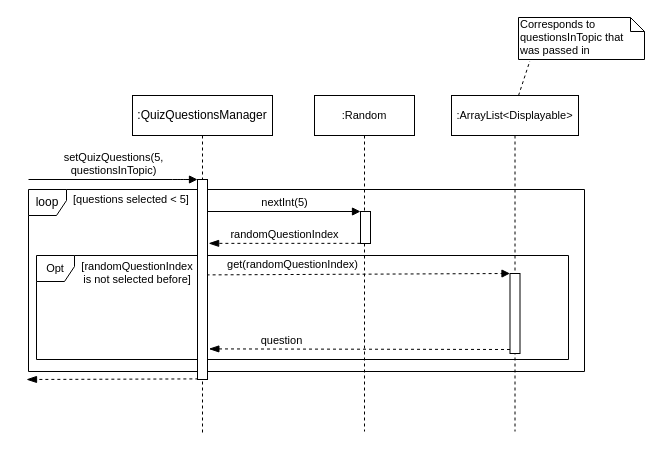
Above: docs/diagrams/QuizQuestionsManager_setQuizQuestions.drawio in nus-cs2113-AY2021S1/tp (draw.io), before the change. Source tidied: cells renumbered, new cells numbered last; positions are measured from the earlier drawing's top-left corner, leaving out a move shared by most shapes. Both pictures are drawn from the tidied source at 100%, with x=0, y=0 at pixel (26, 17).
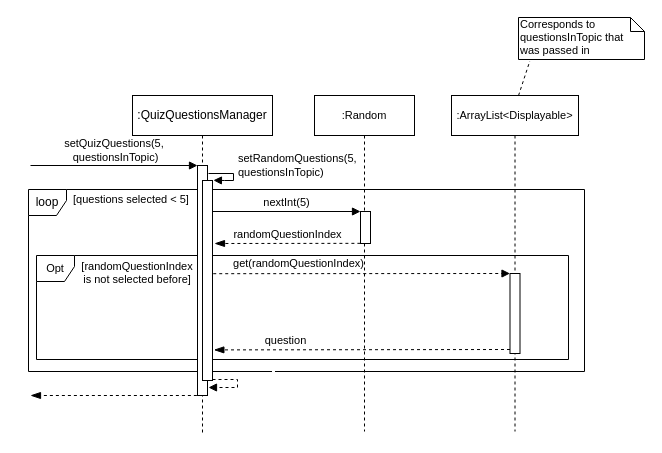
The same diagram, later.

Commit message (it also covers changes not shown here):
Fix QuizQuestionsManager sequence diagram

Unchanged cells that the change refers to:
```xml
<mxCell id="5" value="loop" style="shape=umlFrame;whiteSpace=wrap;html=1;width=38;height=26;" parent="1" vertex="1">
  <mxGeometry x="2" y="172" width="556" height="182" as="geometry" />
</mxCell>
<mxCell id="7" style="html=1;points=[];perimeter=orthogonalPerimeter;fontSize=11;" parent="6" vertex="1">
  <mxGeometry x="46" y="116" width="10" height="32" as="geometry" />
</mxCell>
<mxCell id="14" style="html=1;points=[];perimeter=orthogonalPerimeter;fontSize=11;" parent="13" vertex="1">
  <mxGeometry x="58.5" y="178" width="10" height="80" as="geometry" />
</mxCell>
<mxCell id="16" value=":QuizQuestionsManager" style="shape=umlLifeline;perimeter=lifelinePerimeter;whiteSpace=wrap;html=1;" parent="1" vertex="1">
  <mxGeometry x="106" y="78" width="140" height="340" as="geometry" />
</mxCell>
```

What changed in the source:
```diff
@@
-    <mxCell id="3" value="setQuizQuestions(5, &lt;br&gt;questionsInTopic)" style="html=1;verticalAlign=bottom;endArrow=block;" parent="1" edge="1" target="17">
-      <mxGeometry relative="1" as="geometry">
-        <mxPoint x="2" y="162" as="sourcePoint" />
-        <Array as="points">
-          <mxPoint x="156" y="162" />
-        </Array>
-      </mxGeometry>
-    </mxCell>
-    <mxCell id="4" style="html=1;verticalAlign=bottom;endArrow=blockThin;dashed=1;endSize=8;exitX=0.085;exitY=0.997;exitDx=0;exitDy=0;exitPerimeter=0;endFill=1;" parent="1" edge="1" source="17">
-      <mxGeometry relative="1" as="geometry">
-        <mxPoint y="362" as="targetPoint" />
-      </mxGeometry>
-    </mxCell>
@@
-    <mxCell id="9" value="randomQuestionIndex" style="html=1;verticalAlign=bottom;endArrow=blockThin;dashed=1;endSize=8;exitX=-0.01;exitY=0.995;fontSize=11;exitDx=0;exitDy=0;exitPerimeter=0;entryX=0.324;entryY=0.296;entryDx=0;entryDy=0;entryPerimeter=0;endFill=1;" parent="1" edge="1" source="7" target="5">
-      <mxGeometry relative="1" as="geometry" />
+    <mxCell id="9" value="randomQuestionIndex" style="html=1;verticalAlign=bottom;endArrow=blockThin;dashed=1;endSize=8;exitX=-0.01;exitY=0.995;fontSize=11;exitDx=0;exitDy=0;exitPerimeter=0;endFill=1;" parent="1" edge="1" source="7">
+      <mxGeometry relative="1" as="geometry">
+        <mxPoint x="188" y="226" as="targetPoint" />
+      </mxGeometry>
     </mxCell>
@@
-    <mxCell id="11" value="get(randomQuestionIndex)" style="html=1;verticalAlign=bottom;endArrow=block;entryX=0;entryY=0;dashed=1;exitX=0.911;exitY=0.477;exitDx=0;exitDy=0;exitPerimeter=0;" parent="1" edge="1" source="17" target="14">
+    <mxCell id="11" value="get(randomQuestionIndex)" style="html=1;verticalAlign=bottom;endArrow=block;entryX=0;entryY=0;dashed=1;exitX=1.073;exitY=0.466;exitDx=0;exitDy=0;exitPerimeter=0;" parent="1" edge="1" source="17" target="14">
       <mxGeometry x="-0.43" y="1" relative="1" as="geometry" />
     </mxCell>
@@
+    <mxCell id="20" style="html=1;points=[];perimeter=orthogonalPerimeter;" parent="16" vertex="1">
+      <mxGeometry x="65" y="70" width="10" height="230" as="geometry" />
+    </mxCell>
+    <mxCell id="21" style="html=1;verticalAlign=bottom;endArrow=block;entryX=0;entryY=0;" parent="16" edge="1" target="20">
+      <mxGeometry relative="1" as="geometry">
+        <mxPoint x="-102" y="70" as="sourcePoint" />
+      </mxGeometry>
+    </mxCell>
+    <mxCell id="3" value="setQuizQuestions(5,&amp;nbsp;&lt;br&gt;questionsInTopic)" style="edgeLabel;html=1;align=center;verticalAlign=middle;" parent="21" vertex="1">
+      <mxGeometry x="0.1" relative="1" as="geometry">
+        <mxPoint x="-7.9" y="-16" as="offset" />
+      </mxGeometry>
+    </mxCell>
+    <mxCell id="22" style="html=1;verticalAlign=bottom;endArrow=blockThin;dashed=1;endSize=8;endFill=1;exitX=-0.062;exitY=1;exitDx=0;exitDy=0;exitPerimeter=0;" parent="16" edge="1" source="20">
+      <mxGeometry relative="1" as="geometry">
+        <mxPoint x="-102" y="300" as="targetPoint" />
+      </mxGeometry>
+    </mxCell>
     <mxCell id="17" style="html=1;points=[];perimeter=orthogonalPerimeter;" parent="16" vertex="1">
-      <mxGeometry x="65" y="84" width="10" height="200" as="geometry" />
+      <mxGeometry x="70" y="85" width="10" height="200" as="geometry" />
     </mxCell>
@@
+    <mxCell id="23" value="setRandomQuestions(5, &lt;br&gt;questionsInTopic)" style="edgeStyle=orthogonalEdgeStyle;html=1;align=left;spacingLeft=2;endArrow=block;rounded=0;entryX=1.09;entryY=-0.001;entryDx=0;entryDy=0;entryPerimeter=0;" parent="1" edge="1" target="17">
+      <mxGeometry x="-0.04" y="8" relative="1" as="geometry">
+        <mxPoint x="182" y="156" as="sourcePoint" />
+        <Array as="points">
+          <mxPoint x="207" y="156" />
+          <mxPoint x="207" y="163" />
+          <mxPoint x="198" y="163" />
+        </Array>
+        <mxPoint x="-7" y="-8" as="offset" />
+      </mxGeometry>
+    </mxCell>
+    <mxCell id="24" value="&amp;nbsp;&lt;br&gt;" style="edgeStyle=orthogonalEdgeStyle;html=1;align=left;spacingLeft=2;endArrow=block;rounded=0;dashed=1;" parent="1" edge="1">
+      <mxGeometry x="-0.19" y="31" relative="1" as="geometry">
+        <mxPoint x="186" y="362" as="sourcePoint" />
+        <mxPoint x="182" y="370" as="targetPoint" />
+        <Array as="points">
+          <mxPoint x="211" y="362" />
+          <mxPoint x="211" y="370" />
+        </Array>
+        <mxPoint y="-4" as="offset" />
+      </mxGeometry>
+    </mxCell>
```
